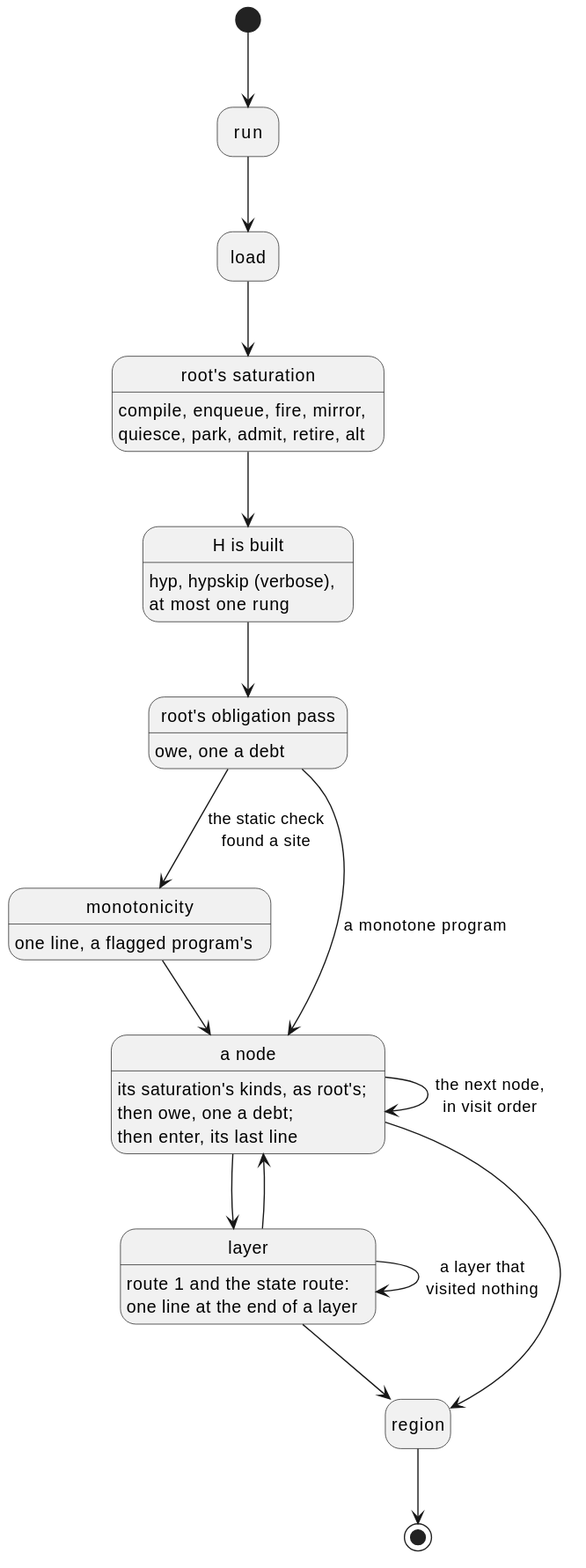
This is docs/ein/ein.rs/diagrams/05-stream-states.svg from agutikov/ein, a PlantUML export, as it was before one commit. Its source is kept beside it as docs/ein/ein.rs/diagrams/05-stream-states.puml. Source of this version:
```plantuml
@startuml
hide empty description
state "run" as Run
state "load" as Load
state "root's saturation" as Sat : compile, enqueue, fire, mirror,\nquiesce, park, admit, retire, alt
state "H is built" as Gen : hyp, hypskip (verbose),\nat most one rung
state "root's obligation pass" as Owe : owe, one a debt
state "monotonicity" as Mono : one line, a flagged program's
state "a node" as Node : its saturation's kinds, as root's;\nthen owe, one a debt;\nthen enter, its last line
state "layer" as Layer : route 1 and the state route:\none line at the end of a layer
state "region" as Region

[*] --> Run
Run --> Load
Load --> Sat
Sat --> Gen
Gen --> Owe
Owe --> Mono : the static check\nfound a site
Owe --> Node : a monotone program
Mono --> Node
Node --> Node : the next node,\nin visit order
Node --> Layer
Layer --> Node
Layer --> Layer : a layer that\nvisited nothing
Node --> Region
Layer --> Region
Region --> [*]
@enduml
```
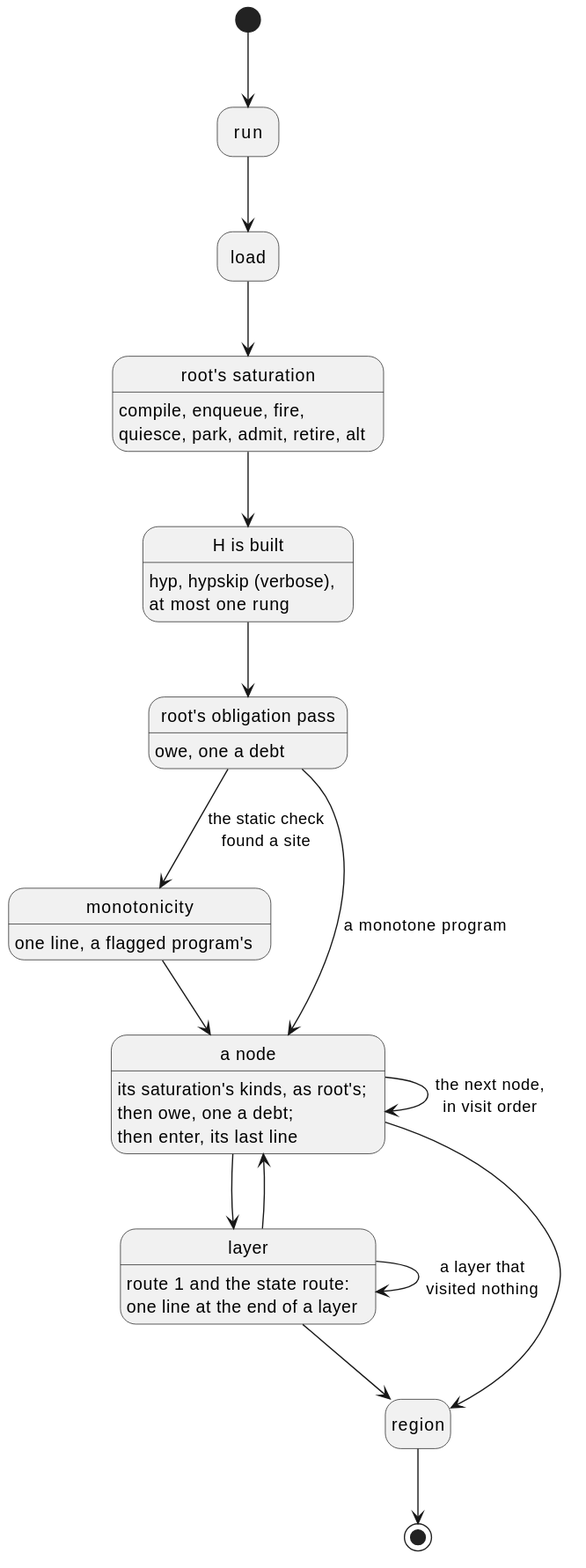
After the commit.

What changed in the source:
```diff
@@ -2,7 +2,7 @@
 hide empty description
 state "run" as Run
 state "load" as Load
-state "root's saturation" as Sat : compile, enqueue, fire, mirror,\nquiesce, park, admit, retire, alt
+state "root's saturation" as Sat : compile, enqueue, fire,\nquiesce, park, admit, retire, alt
 state "H is built" as Gen : hyp, hypskip (verbose),\nat most one rung
 state "root's obligation pass" as Owe : owe, one a debt
 state "monotonicity" as Mono : one line, a flagged program's
```
